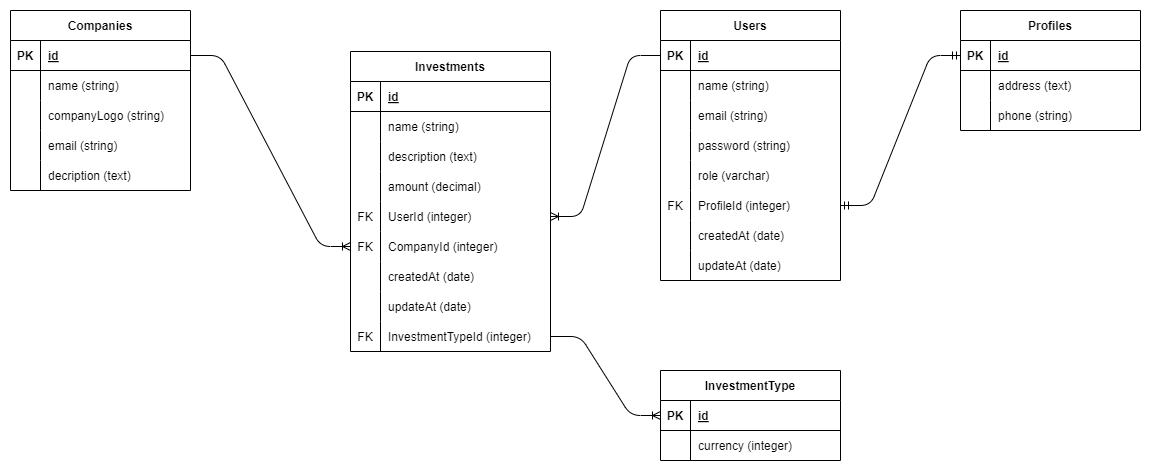
Above: erd.drawio.png in Fahmi-ssy/pairedProjectFinTech (draw.io), before the change. Source tidied: cells renumbered, new cells last; positions are measured from the earlier drawing's top-left corner, leaving out a move shared by most shapes.
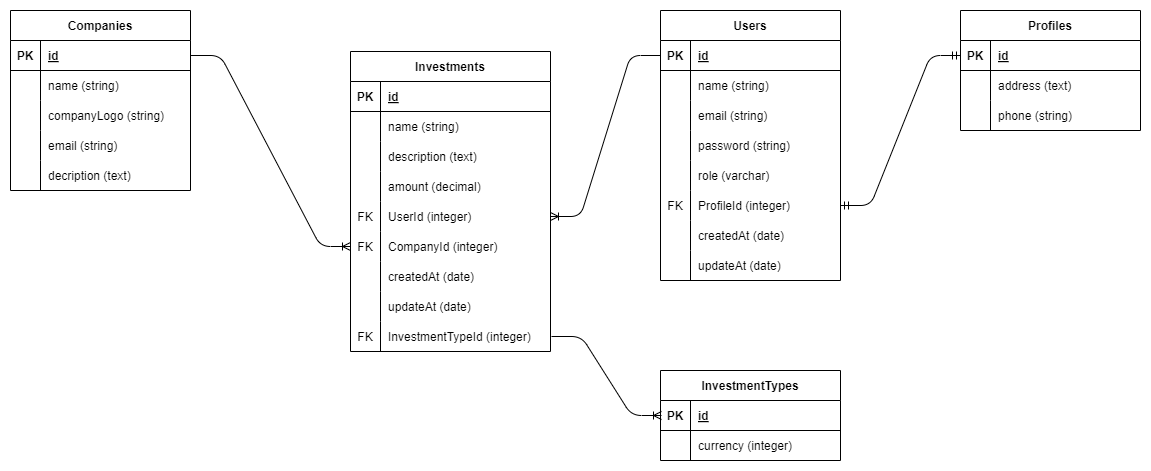
After the change.

The edit, as a diff of the source:
```diff
@@ -239,7 +239,7 @@
     <mxCell id="80" value="phone (string)" style="shape=partialRectangle;fillColor=none;top=0;left=0;bottom=0;right=0;align=left;spacingLeft=6;overflow=hidden;" parent="78" vertex="1">
       <mxGeometry x="30" width="150" height="30" as="geometry" />
     </mxCell>
-    <mxCell id="81" value="InvestmentType" style="shape=table;startSize=30;rowLines=0;fontStyle=1;align=center;" parent="1" vertex="1">
+    <mxCell id="81" value="InvestmentTypes" style="shape=table;startSize=30;rowLines=0;fontStyle=1;align=center;" parent="1" vertex="1">
       <mxGeometry x="650" y="360" width="180" height="90" as="geometry" />
     </mxCell>
     <mxCell id="82" style="shape=tableRow;horizontal=0;startSize=0;swimlaneHead=0;swimlaneBody=0;fillColor=none;points=[[0,0.5],[1,0.5]];portConstraint=eastwest;top=0;left=0;right=0;bottom=1;" parent="81" vertex="1">
@@ -269,8 +269,11 @@
     <mxCell id="90" style="edgeStyle=entityRelationEdgeStyle;fontSize=12;html=1;endArrow=ERoneToMany;entryX=0;entryY=0.5;entryDx=0;entryDy=0;exitX=1;exitY=0.5;exitDx=0;exitDy=0;" parent="1" edge="1" source="3" target="34">
       <mxGeometry relative="1" as="geometry" />
     </mxCell>
-    <mxCell id="91" style="edgeStyle=entityRelationEdgeStyle;fontSize=12;html=1;endArrow=ERoneToMany;exitX=1;exitY=0.5;exitDx=0;exitDy=0;entryX=0;entryY=0.5;entryDx=0;entryDy=0;" parent="1" edge="1" source="43" target="82">
-      <mxGeometry relative="1" as="geometry" />
+    <mxCell id="91" style="edgeStyle=entityRelationEdgeStyle;fontSize=12;html=1;endArrow=ERoneToMany;entryX=0;entryY=0.5;entryDx=0;entryDy=0;exitX=1;exitY=0.5;exitDx=0;exitDy=0;" parent="1" edge="1">
+      <mxGeometry relative="1" as="geometry">
+        <mxPoint x="541" y="326" as="sourcePoint" />
+        <mxPoint x="651" y="405" as="targetPoint" />
+      </mxGeometry>
     </mxCell>
     <mxCell id="92" style="shape=tableRow;horizontal=0;startSize=0;swimlaneHead=0;swimlaneBody=0;fillColor=none;top=0;left=0;right=0;bottom=0;" parent="1" vertex="1">
       <mxGeometry x="630" y="220" width="200" height="30" as="geometry" />
```
